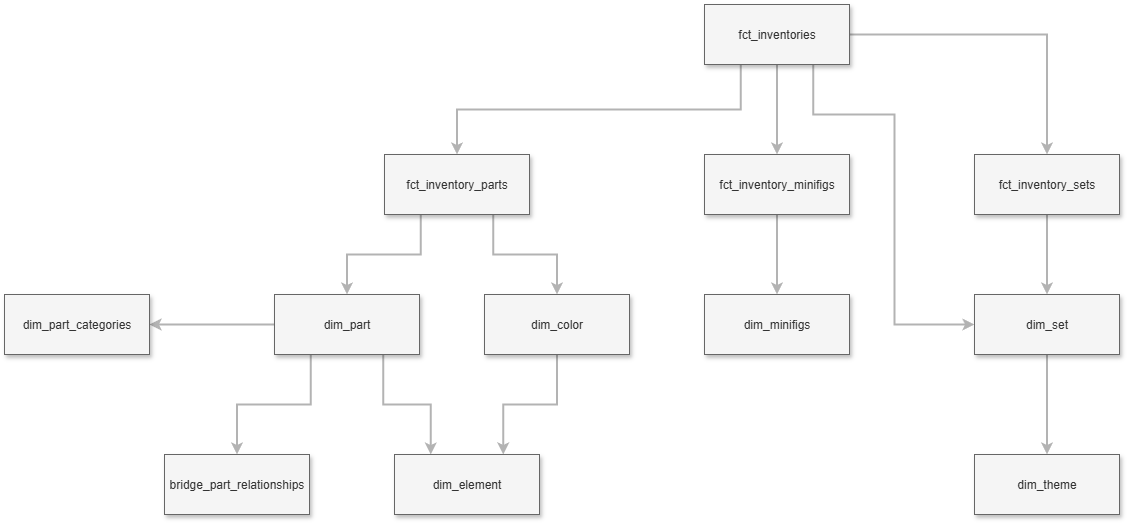
rs-vijayavasanth/lego-brickbase keeps this draw.io diagram as docs/conceptual_model/conceptual_model.png. Above is the earlier version. Source tidied: cells renumbered, new cells last; positions are measured from the earlier drawing's top-left corner, leaving out a move shared by most shapes. Source of this version:
```xml
<mxGraphModel>
  <root>
    <mxCell id="0" />
    <mxCell id="1" parent="0" />
    <mxCell id="2" style="edgeStyle=orthogonalEdgeStyle;rounded=0;jettySize=auto;html=1;exitX=0.25;exitY=1;exitDx=0;exitDy=0;entryX=0.5;entryY=0;entryDx=0;entryDy=0;strokeColor=#B3B3B3;strokeWidth=2;" parent="1" edge="1" source="6" target="9">
      <mxGeometry relative="1" as="geometry" />
    </mxCell>
    <mxCell id="3" style="edgeStyle=orthogonalEdgeStyle;rounded=0;jettySize=auto;html=1;entryX=0.5;entryY=0;entryDx=0;entryDy=0;strokeColor=#B3B3B3;strokeWidth=2;" parent="1" edge="1" source="6" target="11">
      <mxGeometry relative="1" as="geometry" />
    </mxCell>
    <mxCell id="4" style="edgeStyle=orthogonalEdgeStyle;rounded=0;jettySize=auto;html=1;exitX=1;exitY=0.5;exitDx=0;exitDy=0;entryX=0.5;entryY=0;entryDx=0;entryDy=0;strokeColor=#B3B3B3;strokeWidth=2;" parent="1" edge="1" source="6" target="13">
      <mxGeometry relative="1" as="geometry" />
    </mxCell>
    <mxCell id="5" style="edgeStyle=orthogonalEdgeStyle;rounded=0;jettySize=auto;html=1;exitX=0.75;exitY=1;exitDx=0;exitDy=0;entryX=0;entryY=0.5;entryDx=0;entryDy=0;strokeColor=#B3B3B3;strokeWidth=2;" parent="1" edge="1" source="6" target="25">
      <mxGeometry relative="1" as="geometry">
        <Array as="points">
          <mxPoint x="809" y="110" />
          <mxPoint x="890" y="110" />
          <mxPoint x="890" y="320" />
        </Array>
      </mxGeometry>
    </mxCell>
    <mxCell id="6" value="fct_inventories" style="rounded=0;whiteSpace=wrap;html=1;fillColor=#f5f5f5;fontColor=#333333;strokeColor=#666666;shadow=1;" parent="1" vertex="1">
      <mxGeometry x="700" width="145" height="60" as="geometry" />
    </mxCell>
    <mxCell id="7" style="edgeStyle=orthogonalEdgeStyle;rounded=0;jettySize=auto;html=1;exitX=0.75;exitY=1;exitDx=0;exitDy=0;strokeColor=#B3B3B3;strokeWidth=2;" parent="1" edge="1" source="9" target="16">
      <mxGeometry relative="1" as="geometry" />
    </mxCell>
    <mxCell id="8" style="edgeStyle=orthogonalEdgeStyle;rounded=0;jettySize=auto;html=1;exitX=0.25;exitY=1;exitDx=0;exitDy=0;entryX=0.5;entryY=0;entryDx=0;entryDy=0;strokeColor=#B3B3B3;strokeWidth=2;" parent="1" edge="1" source="9" target="20">
      <mxGeometry relative="1" as="geometry" />
    </mxCell>
    <mxCell id="9" value="fct_inventory_parts" style="rounded=0;whiteSpace=wrap;html=1;fillColor=#f5f5f5;fontColor=#333333;strokeColor=#666666;shadow=1;" parent="1" vertex="1">
      <mxGeometry x="380" y="150" width="145" height="60" as="geometry" />
    </mxCell>
    <mxCell id="10" style="edgeStyle=orthogonalEdgeStyle;rounded=0;jettySize=auto;html=1;strokeColor=#B3B3B3;strokeWidth=2;" parent="1" edge="1" source="11" target="14">
      <mxGeometry relative="1" as="geometry" />
    </mxCell>
    <mxCell id="11" value="fct_inventory_minifigs" style="rounded=0;whiteSpace=wrap;html=1;fillColor=#f5f5f5;fontColor=#333333;strokeColor=#666666;shadow=1;" parent="1" vertex="1">
      <mxGeometry x="700" y="150" width="145" height="60" as="geometry" />
    </mxCell>
    <mxCell id="12" style="edgeStyle=orthogonalEdgeStyle;rounded=0;jettySize=auto;html=1;strokeColor=#B3B3B3;strokeWidth=2;" parent="1" edge="1" source="13" target="25">
      <mxGeometry relative="1" as="geometry" />
    </mxCell>
    <mxCell id="13" value="fct_inventory_sets" style="rounded=0;whiteSpace=wrap;html=1;fillColor=#f5f5f5;fontColor=#333333;strokeColor=#666666;shadow=1;" parent="1" vertex="1">
      <mxGeometry x="970" y="150" width="145" height="60" as="geometry" />
    </mxCell>
    <mxCell id="14" value="dim_minifigs" style="rounded=0;whiteSpace=wrap;html=1;fillColor=#f5f5f5;fontColor=#333333;strokeColor=#666666;shadow=1;" parent="1" vertex="1">
      <mxGeometry x="700" y="290" width="145" height="60" as="geometry" />
    </mxCell>
    <mxCell id="15" style="edgeStyle=orthogonalEdgeStyle;rounded=0;jettySize=auto;html=1;entryX=0.75;entryY=0;entryDx=0;entryDy=0;strokeColor=#B3B3B3;strokeWidth=2;" parent="1" edge="1" source="16" target="23">
      <mxGeometry relative="1" as="geometry" />
    </mxCell>
    <mxCell id="16" value="dim_color" style="rounded=0;whiteSpace=wrap;html=1;fillColor=#f5f5f5;fontColor=#333333;strokeColor=#666666;shadow=1;" parent="1" vertex="1">
      <mxGeometry x="480" y="290" width="145" height="60" as="geometry" />
    </mxCell>
    <mxCell id="17" style="edgeStyle=orthogonalEdgeStyle;rounded=0;jettySize=auto;html=1;strokeColor=#B3B3B3;strokeWidth=2;" parent="1" edge="1" source="20" target="21">
      <mxGeometry relative="1" as="geometry" />
    </mxCell>
    <mxCell id="18" style="edgeStyle=orthogonalEdgeStyle;rounded=0;jettySize=auto;html=1;exitX=0.25;exitY=1;exitDx=0;exitDy=0;strokeColor=#B3B3B3;strokeWidth=2;" parent="1" edge="1" source="20" target="22">
      <mxGeometry relative="1" as="geometry" />
    </mxCell>
    <mxCell id="19" style="edgeStyle=orthogonalEdgeStyle;rounded=0;jettySize=auto;html=1;exitX=0.75;exitY=1;exitDx=0;exitDy=0;entryX=0.25;entryY=0;entryDx=0;entryDy=0;strokeColor=#B3B3B3;strokeWidth=2;" parent="1" edge="1" source="20" target="23">
      <mxGeometry relative="1" as="geometry" />
    </mxCell>
    <mxCell id="20" value="dim_part" style="rounded=0;whiteSpace=wrap;html=1;fillColor=#f5f5f5;fontColor=#333333;strokeColor=#666666;shadow=1;" parent="1" vertex="1">
      <mxGeometry x="270" y="290" width="145" height="60" as="geometry" />
    </mxCell>
    <mxCell id="21" value="dim_part_categories" style="rounded=0;whiteSpace=wrap;html=1;fillColor=#f5f5f5;fontColor=#333333;strokeColor=#666666;shadow=1;" parent="1" vertex="1">
      <mxGeometry y="290" width="145" height="60" as="geometry" />
    </mxCell>
    <mxCell id="22" value="bridge_part_relationships" style="rounded=0;whiteSpace=wrap;html=1;fillColor=#f5f5f5;fontColor=#333333;strokeColor=#666666;shadow=1;" parent="1" vertex="1">
      <mxGeometry x="160" y="450" width="145" height="60" as="geometry" />
    </mxCell>
    <mxCell id="23" value="dim_element" style="rounded=0;whiteSpace=wrap;html=1;fillColor=#f5f5f5;fontColor=#333333;strokeColor=#666666;shadow=1;" parent="1" vertex="1">
      <mxGeometry x="390" y="450" width="145" height="60" as="geometry" />
    </mxCell>
    <mxCell id="24" style="edgeStyle=orthogonalEdgeStyle;rounded=0;jettySize=auto;html=1;strokeColor=#B3B3B3;strokeWidth=2;" parent="1" edge="1" source="25" target="26">
      <mxGeometry relative="1" as="geometry" />
    </mxCell>
    <mxCell id="25" value="dim_set" style="rounded=0;whiteSpace=wrap;html=1;fillColor=#f5f5f5;fontColor=#333333;strokeColor=#666666;shadow=1;" parent="1" vertex="1">
      <mxGeometry x="970" y="290" width="145" height="60" as="geometry" />
    </mxCell>
    <mxCell id="26" value="dim_theme" style="rounded=0;whiteSpace=wrap;html=1;fillColor=#f5f5f5;fontColor=#333333;strokeColor=#666666;shadow=1;" parent="1" vertex="1">
      <mxGeometry x="970" y="450" width="145" height="60" as="geometry" />
    </mxCell>
  </root>
</mxGraphModel>
```
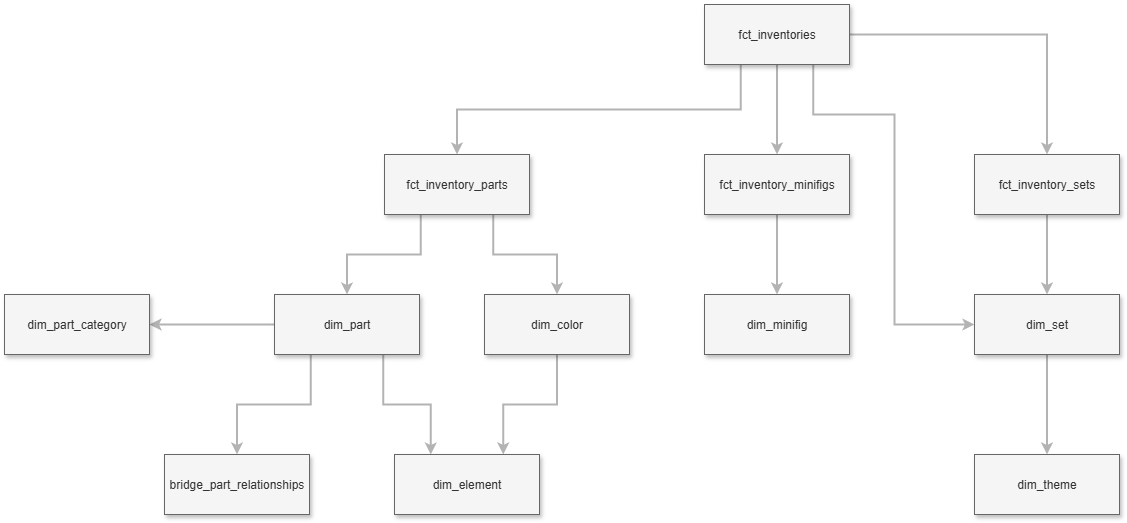
After the change.

Commit message:
fct: plural -> singular

Change to the diagram source:
```diff
@@ -44,7 +44,7 @@
     <mxCell id="13" value="fct_inventory_sets" style="rounded=0;whiteSpace=wrap;html=1;fillColor=#f5f5f5;fontColor=#333333;strokeColor=#666666;shadow=1;" parent="1" vertex="1">
       <mxGeometry x="970" y="150" width="145" height="60" as="geometry" />
     </mxCell>
-    <mxCell id="14" value="dim_minifigs" style="rounded=0;whiteSpace=wrap;html=1;fillColor=#f5f5f5;fontColor=#333333;strokeColor=#666666;shadow=1;" parent="1" vertex="1">
+    <mxCell id="14" value="dim_minifig" style="rounded=0;whiteSpace=wrap;html=1;fillColor=#f5f5f5;fontColor=#333333;strokeColor=#666666;shadow=1;" parent="1" vertex="1">
       <mxGeometry x="700" y="290" width="145" height="60" as="geometry" />
     </mxCell>
     <mxCell id="15" style="edgeStyle=orthogonalEdgeStyle;rounded=0;jettySize=auto;html=1;entryX=0.75;entryY=0;entryDx=0;entryDy=0;strokeColor=#B3B3B3;strokeWidth=2;" parent="1" edge="1" source="16" target="23">
@@ -65,7 +65,7 @@
     <mxCell id="20" value="dim_part" style="rounded=0;whiteSpace=wrap;html=1;fillColor=#f5f5f5;fontColor=#333333;strokeColor=#666666;shadow=1;" parent="1" vertex="1">
       <mxGeometry x="270" y="290" width="145" height="60" as="geometry" />
     </mxCell>
-    <mxCell id="21" value="dim_part_categories" style="rounded=0;whiteSpace=wrap;html=1;fillColor=#f5f5f5;fontColor=#333333;strokeColor=#666666;shadow=1;" parent="1" vertex="1">
+    <mxCell id="21" value="dim_part_category" style="rounded=0;whiteSpace=wrap;html=1;fillColor=#f5f5f5;fontColor=#333333;strokeColor=#666666;shadow=1;" parent="1" vertex="1">
       <mxGeometry y="290" width="145" height="60" as="geometry" />
     </mxCell>
     <mxCell id="22" value="bridge_part_relationships" style="rounded=0;whiteSpace=wrap;html=1;fillColor=#f5f5f5;fontColor=#333333;strokeColor=#666666;shadow=1;" parent="1" vertex="1">
```
